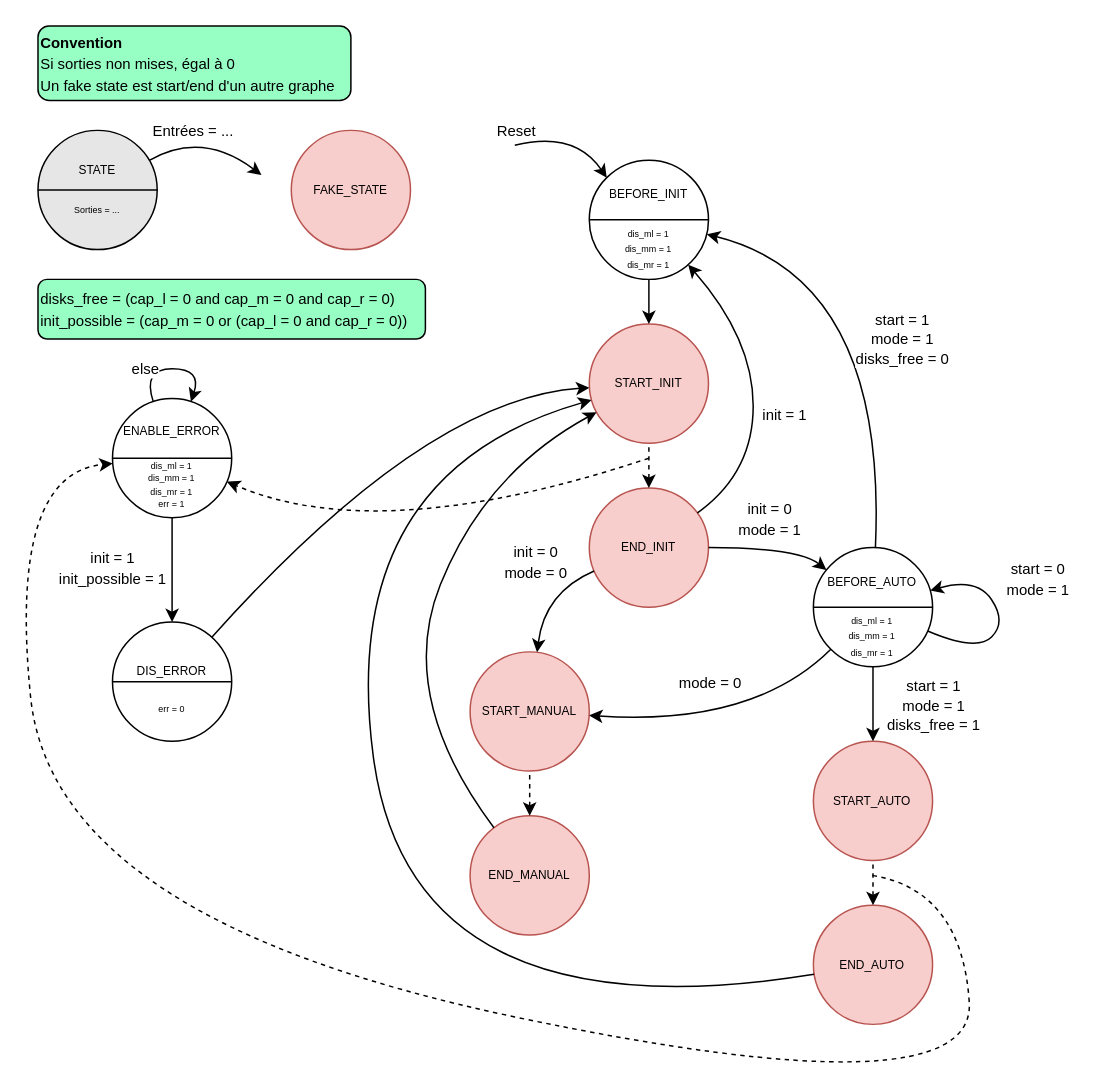
Above: doc/diags/state_global.drawio in Schokiiiiiiii/csn26 (draw.io), before the change. Source tidied: cells renumbered, new cells numbered last; positions are measured from the earlier drawing's top-left corner, leaving out a move shared by most shapes. Both pictures are drawn from the tidied source at 149%, with x=0, y=0 at pixel (7, 25).
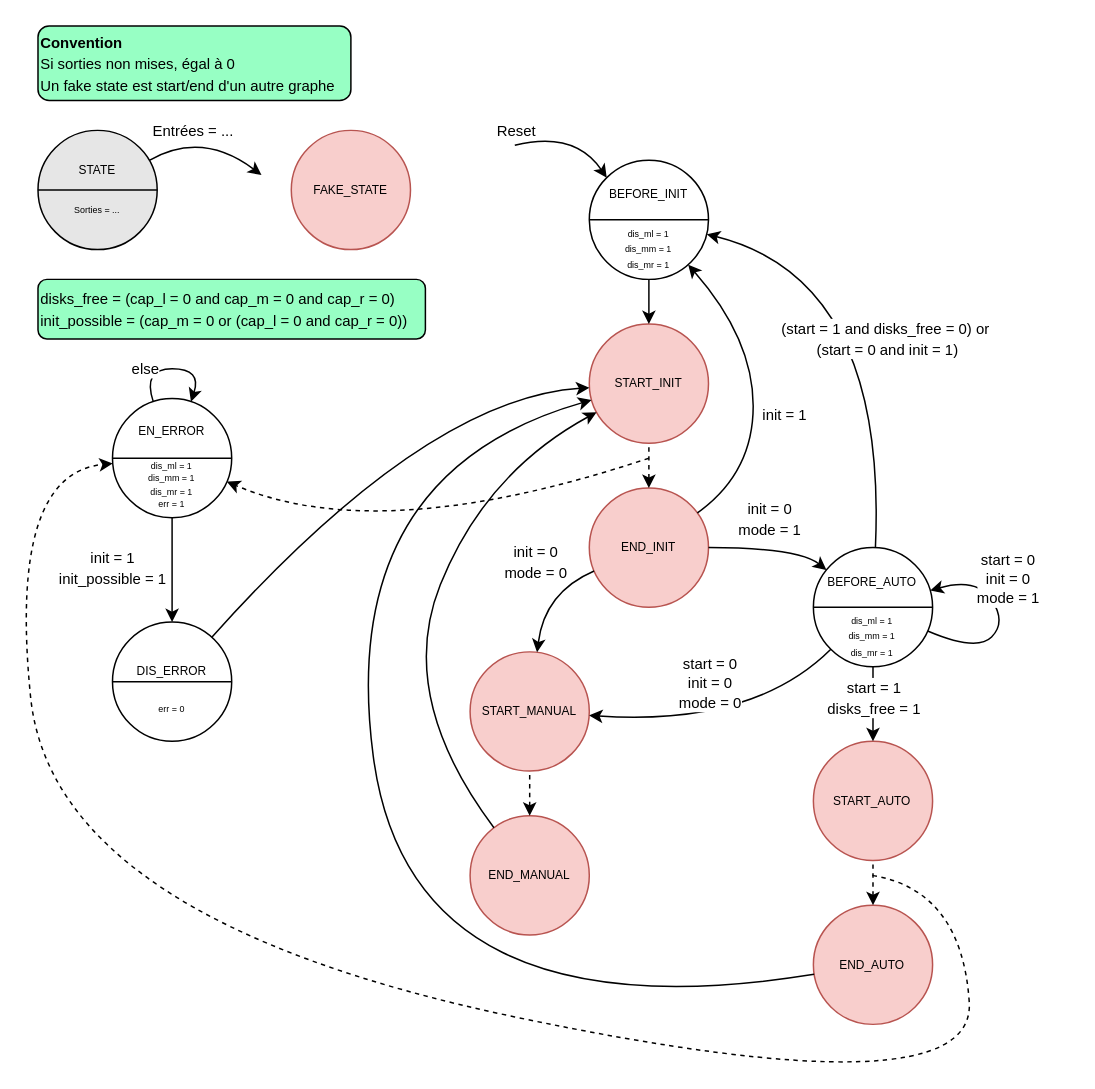
Above is the later version.

The change refers to these unchanged cells:
```xml
<mxCell id="22" style="endArrow=classic;html=1;rounded=0;" parent="1" edge="1" source="18" target="15">
  <mxGeometry relative="1" as="geometry" />
</mxCell>
<mxCell id="26" style="curved=1;endArrow=classic;html=1;rounded=0;" parent="1" edge="1" source="18" target="18">
  <mxGeometry relative="1" as="geometry">
    <Array as="points">
      <mxPoint x="650" y="420" />
      <mxPoint x="670" y="400" />
      <mxPoint x="650" y="370" />
    </Array>
  </mxGeometry>
</mxCell>
<mxCell id="28" style="curved=1;endArrow=classic;html=1;rounded=0;" parent="1" edge="1" source="18" target="12">
  <mxGeometry relative="1" as="geometry">
    <Array as="points">
      <mxPoint x="500" y="470" />
    </Array>
  </mxGeometry>
</mxCell>
<mxCell id="30" style="curved=1;endArrow=classic;html=1;rounded=0;" parent="1" edge="1" source="18" target="2">
  <mxGeometry relative="1" as="geometry">
    <Array as="points">
      <mxPoint x="590" y="170" />
    </Array>
  </mxGeometry>
</mxCell>
```

What changed in the source:
```diff
@@
-    <mxCell id="23" value="&lt;font style=&quot;font-size: 10px;&quot;&gt;start = 1&lt;/font&gt;&lt;div&gt;&lt;font style=&quot;font-size: 10px;&quot;&gt;mode = 1&lt;/font&gt;&lt;/div&gt;&lt;div&gt;&lt;font style=&quot;font-size: 10px;&quot;&gt;disks_free = 1&lt;/font&gt;&lt;/div&gt;" style="edgeLabel;html=1;align=center;verticalAlign=middle;" parent="22" vertex="1">
+    <mxCell id="23" value="&lt;span style=&quot;font-size: 10px;&quot;&gt;start = 1&lt;/span&gt;&lt;div&gt;&lt;span style=&quot;font-size: 10px;&quot;&gt;disks_free = 1&lt;/span&gt;&lt;/div&gt;" style="edgeLabel;html=1;align=center;verticalAlign=middle;" parent="22" vertex="1">
       <mxGeometry x="0.01" y="2" relative="1" as="geometry">
-        <mxPoint x="38" as="offset" />
+        <mxPoint x="-2" y="-5" as="offset" />
       </mxGeometry>
     </mxCell>
@@
-    <mxCell id="27" value="&lt;font style=&quot;font-size: 10px;&quot;&gt;start = 0&lt;/font&gt;&lt;div&gt;&lt;font style=&quot;font-size: 10px;&quot;&gt;mode = 1&lt;/font&gt;&lt;/div&gt;" style="edgeLabel;html=1;align=center;verticalAlign=middle;" parent="26" vertex="1">
+    <mxCell id="27" value="&lt;span style=&quot;font-size: 10px;&quot;&gt;start = 0&lt;/span&gt;&lt;div&gt;&lt;span style=&quot;font-size: 10px;&quot;&gt;init = 0&lt;/span&gt;&lt;/div&gt;&lt;div&gt;&lt;span style=&quot;font-size: 10px;&quot;&gt;mode = 1&lt;/span&gt;&lt;/div&gt;" style="edgeLabel;html=1;align=center;verticalAlign=middle;" parent="26" vertex="1">
       <mxGeometry x="0.06" y="4" relative="1" as="geometry">
-        <mxPoint x="27" y="-27" as="offset" />
+        <mxPoint x="7" y="-27" as="offset" />
       </mxGeometry>
     </mxCell>
@@
-    <mxCell id="29" value="&lt;font style=&quot;font-size: 10px;&quot;&gt;mode = 0&lt;/font&gt;" style="edgeLabel;html=1;align=center;verticalAlign=middle;" parent="28" vertex="1">
+    <mxCell id="29" value="&lt;font style=&quot;font-size: 10px;&quot;&gt;start = 0&lt;/font&gt;&lt;div&gt;&lt;font style=&quot;font-size: 10px;&quot;&gt;init = 0&lt;/font&gt;&lt;/div&gt;&lt;div&gt;&lt;span style=&quot;font-size: 10px;&quot;&gt;mode = 0&lt;/span&gt;&lt;/div&gt;" style="edgeLabel;html=1;align=center;verticalAlign=middle;" parent="28" vertex="1">
       <mxGeometry x="0.11" y="-10" relative="1" as="geometry">
         <mxPoint x="-2" y="-18" as="offset" />
       </mxGeometry>
     </mxCell>
@@
-    <mxCell id="31" value="&lt;font style=&quot;font-size: 10px;&quot;&gt;start = 1&lt;/font&gt;&lt;div&gt;&lt;font style=&quot;font-size: 10px;&quot;&gt;mode = 1&lt;/font&gt;&lt;/div&gt;&lt;div&gt;&lt;font style=&quot;font-size: 10px;&quot;&gt;disks_free = 0&lt;/font&gt;&lt;/div&gt;" style="edgeLabel;html=1;align=center;verticalAlign=middle;" parent="30" vertex="1">
+    <mxCell id="31" value="&lt;font style=&quot;font-size: 10px;&quot;&gt;(start = 1 and disks_free = 0) or&amp;nbsp;&lt;/font&gt;&lt;div&gt;&lt;font style=&quot;font-size: 10px;&quot;&gt;(start = 0 and init = 1)&lt;/font&gt;&lt;/div&gt;" style="edgeLabel;html=1;align=center;verticalAlign=middle;" parent="30" vertex="1">
       <mxGeometry x="-0.17" y="24" relative="1" as="geometry">
-        <mxPoint x="36" y="-13" as="offset" />
+        <mxPoint x="26" y="-13" as="offset" />
       </mxGeometry>
     </mxCell>
@@
-    <mxCell id="35" value="&lt;div style=&quot;line-height: 90%;&quot;&gt;&lt;br&gt;&lt;/div&gt;&lt;div style=&quot;line-height: 70%;&quot;&gt;&lt;font style=&quot;line-height: 90%;&quot;&gt;&lt;font style=&quot;font-size: 8px;&quot;&gt;ENABLE_ERROR&lt;/font&gt;&lt;/font&gt;&lt;/div&gt;&lt;div style=&quot;line-height: 70%;&quot;&gt;&lt;span style=&quot;font-size: 8px;&quot;&gt;&lt;br&gt;&lt;/span&gt;&lt;div&gt;&lt;span&gt;&lt;font style=&quot;font-size: 6px; line-height: 70%;&quot;&gt;dis_ml = 1&lt;/font&gt;&lt;/span&gt;&lt;/div&gt;&lt;div&gt;&lt;span&gt;&lt;font style=&quot;font-size: 6px; line-height: 70%;&quot;&gt;dis_mm = 1&lt;/font&gt;&lt;/span&gt;&lt;/div&gt;&lt;div&gt;&lt;span&gt;&lt;font style=&quot;font-size: 6px; line-height: 70%;&quot;&gt;dis_mr = 1&lt;/font&gt;&lt;/span&gt;&lt;/div&gt;&lt;div&gt;&lt;span style=&quot;font-size: 6px;&quot;&gt;err = 1&lt;/span&gt;&lt;/div&gt;&lt;/div&gt;" style="ellipse;whiteSpace=wrap;html=1;" parent="1" vertex="1">
+    <mxCell id="35" value="&lt;div style=&quot;line-height: 90%;&quot;&gt;&lt;br&gt;&lt;/div&gt;&lt;div style=&quot;line-height: 70%;&quot;&gt;&lt;font style=&quot;line-height: 90%;&quot;&gt;&lt;font style=&quot;font-size: 8px;&quot;&gt;EN_ERROR&lt;/font&gt;&lt;/font&gt;&lt;/div&gt;&lt;div style=&quot;line-height: 70%;&quot;&gt;&lt;span style=&quot;font-size: 8px;&quot;&gt;&lt;br&gt;&lt;/span&gt;&lt;div&gt;&lt;span&gt;&lt;font style=&quot;font-size: 6px; line-height: 70%;&quot;&gt;dis_ml = 1&lt;/font&gt;&lt;/span&gt;&lt;/div&gt;&lt;div&gt;&lt;span&gt;&lt;font style=&quot;font-size: 6px; line-height: 70%;&quot;&gt;dis_mm = 1&lt;/font&gt;&lt;/span&gt;&lt;/div&gt;&lt;div&gt;&lt;span&gt;&lt;font style=&quot;font-size: 6px; line-height: 70%;&quot;&gt;dis_mr = 1&lt;/font&gt;&lt;/span&gt;&lt;/div&gt;&lt;div&gt;&lt;span style=&quot;font-size: 6px;&quot;&gt;err = 1&lt;/span&gt;&lt;/div&gt;&lt;/div&gt;" style="ellipse;whiteSpace=wrap;html=1;" parent="1" vertex="1">
       <mxGeometry x="70" y="250" width="80" height="80" as="geometry" />
     </mxCell>
```
